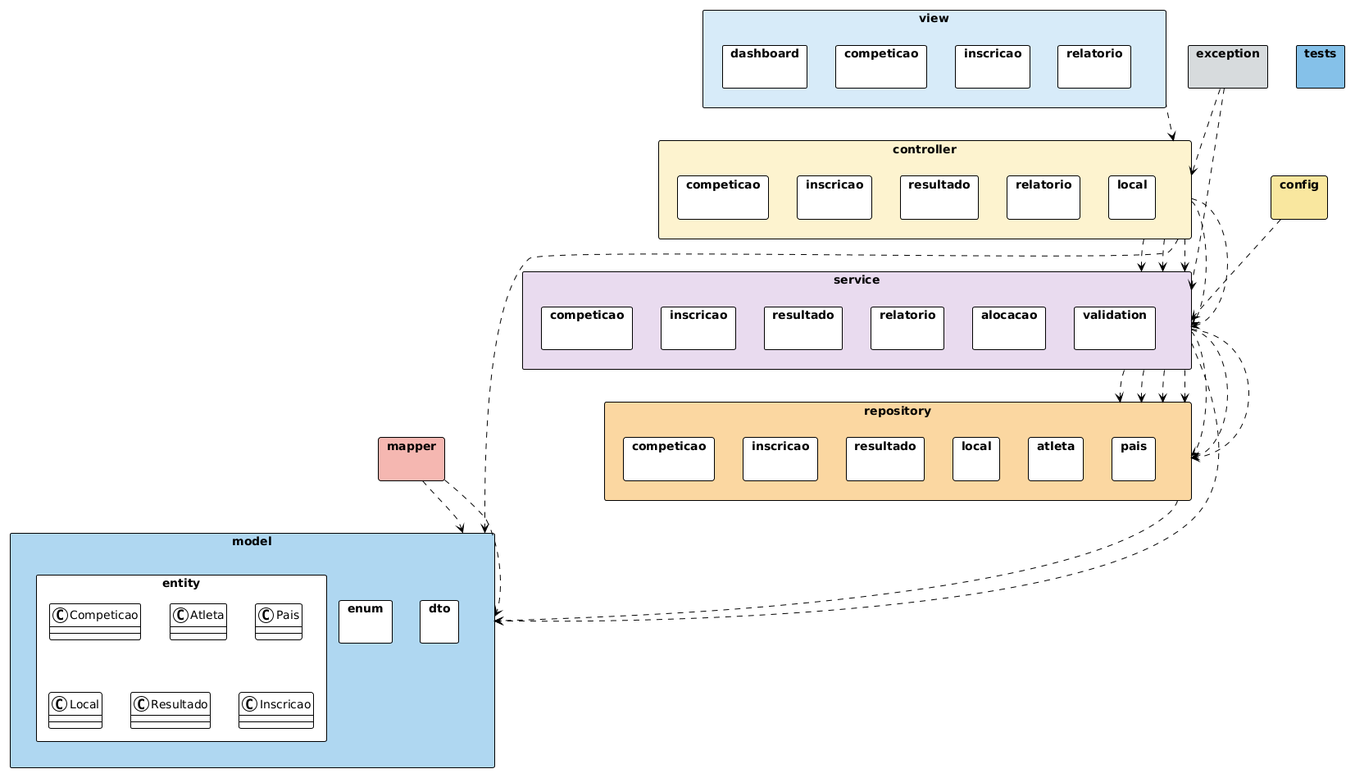
Earlier version of the PlantUML export images/pacotes.png (NatanMoroni08/sistema-gestao-olimpiadas). The source it was exported from:
```plantuml
@startuml
!theme plain
skinparam packageStyle rectangle
skinparam shadowing false

package "view" #D6EAF8 {

    package "dashboard" {
    }

    package "competicao" {
    }

    package "inscricao" {
    }

    package "relatorio" {
    }
}

package "controller" #FCF3CF {

    package "competicao" {
    }

    package "inscricao" {
    }

    package "resultado" {
    }

    package "relatorio" {
    }

    package "local" {
    }
}

package "service" #E8DAEF {

    package "competicao" {
    }

    package "inscricao" {
    }

    package "resultado" {
    }

    package "relatorio" {
    }

    package "alocacao" {
    }

    package "validation" {
    }
}

package "repository" #FAD7A0 {

    package "competicao" {
    }

    package "inscricao" {
    }

    package "resultado" {
    }

    package "local" {
    }

    package "atleta" {
    }

    package "pais" {
    }
}

package "model" #AED6F1 {

    package "entity" {

        class Competicao
        class Atleta
        class Pais
        class Local
        class Resultado
        class Inscricao
    }

    package "enum" {
    }

    package "dto" {
    }
}

package "mapper" #F5B7B1 {
}

package "exception" #D7DBDD {
}

package "config" #F9E79F {
}

package "tests" #85C1E9 {
}


view ..> controller
controller ..> service
service ..> repository
repository ..> model

mapper ..> model
mapper ..> model::dto

service ..> model
controller ..> model::dto

exception ..> controller
exception ..> service

config ..> service

controller::competicao ..> service::competicao
controller::inscricao ..> service::inscricao
controller::resultado ..> service::resultado
controller::relatorio ..> service::relatorio

service::competicao ..> repository::competicao
service::inscricao ..> repository::inscricao
service::resultado ..> repository::resultado

service::alocacao ..> repository::local

service::relatorio ..> repository::resultado
service::relatorio ..> repository::pais
@enduml
```
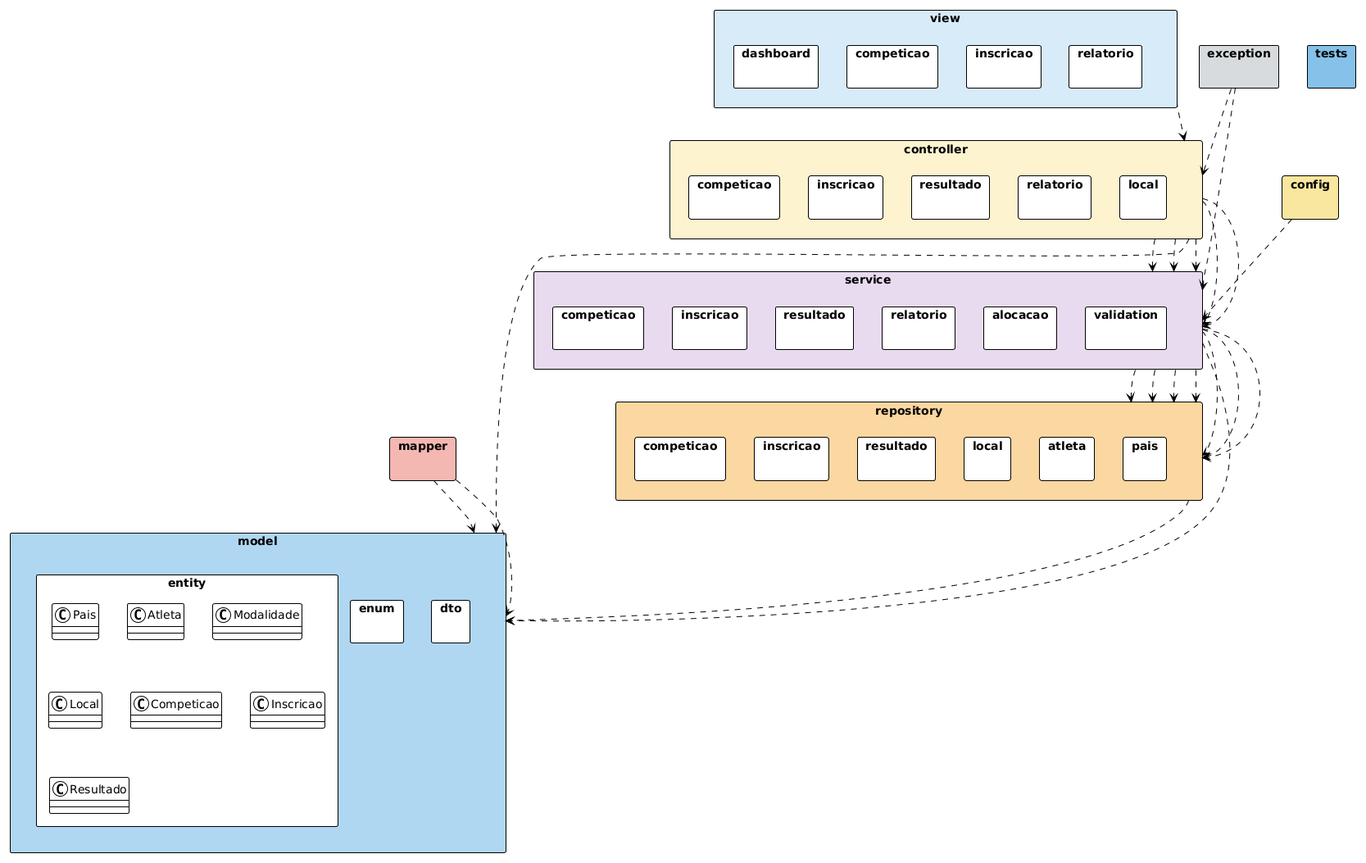
After the change.

Commit message:
atualização do pacote de model

Diff of the diagram source:
```diff
@@ -82,12 +82,13 @@
 
     package "entity" {
 
+        class Pais
+        class Atleta
+        class Modalidade
+        class Local
         class Competicao
-        class Atleta
-        class Pais
-        class Local
+        class Inscricao
         class Resultado
-        class Inscricao
     }
 
     package "enum" {
@@ -108,7 +109,6 @@
 
 package "tests" #85C1E9 {
 }
-
 
 view ..> controller
 controller ..> service
```
